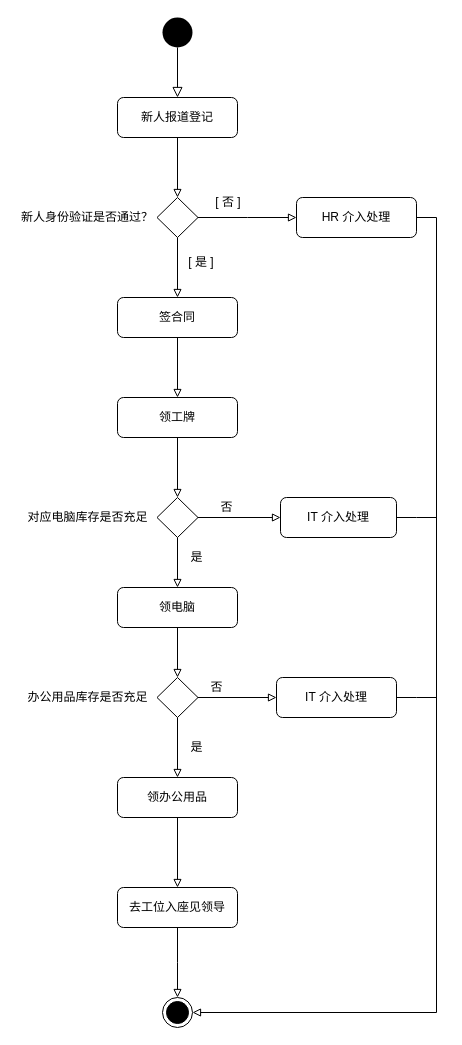
innovatorCL/DiagramsRepo keeps this draw.io diagram as 新人入职流程.drawio. Above is the earlier version. Source tidied: cells renumbered, new cells numbered last; positions are measured from the earlier drawing's top-left corner, leaving out a move shared by most shapes. Both pictures are drawn from the tidied source at 100%, with x=0, y=0 at pixel (16, 17).
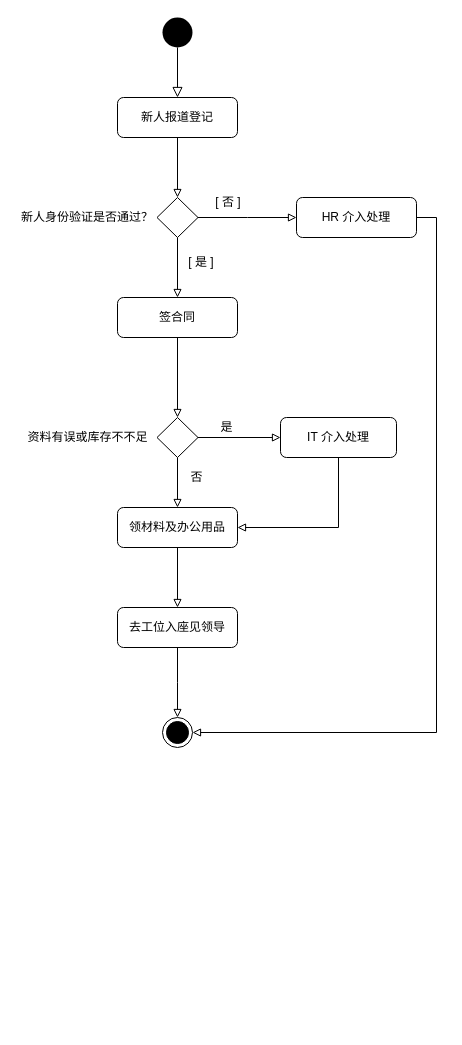
The same page after the edit.

Commit message (it also covers changes not shown here):
Update 新人入职流程.drawio

Unchanged cells that the change refers to:
```xml
<mxCell id="6" value="签合同" style="rounded=1;whiteSpace=wrap;html=1;fontSize=12;glass=0;strokeWidth=1;shadow=0;" parent="1" vertex="1">
  <mxGeometry x="101" y="280" width="120" height="40" as="geometry" />
</mxCell>
```

What changed in the source:
```diff
@@
-    <mxCell id="7" style="edgeStyle=orthogonalEdgeStyle;rounded=0;jettySize=auto;html=1;entryX=0.5;entryY=0;entryDx=0;entryDy=0;endArrow=block;endFill=0;strokeWidth=1;" parent="1" edge="1" source="6" target="9">
+    <mxCell id="7" style="edgeStyle=orthogonalEdgeStyle;rounded=0;jettySize=auto;html=1;entryX=0.5;entryY=0;entryDx=0;entryDy=0;endArrow=block;endFill=0;strokeWidth=1;" parent="1" edge="1" source="6" target="27">
       <mxGeometry x="90" y="-250" as="geometry" />
     </mxCell>
-    <mxCell id="8" style="edgeStyle=orthogonalEdgeStyle;rounded=0;jettySize=auto;html=1;entryX=0.5;entryY=0;entryDx=0;entryDy=0;endArrow=block;endFill=0;" parent="1" edge="1" source="9" target="27">
-      <mxGeometry relative="1" as="geometry" />
-    </mxCell>
-    <mxCell id="9" value="领工牌" style="rounded=1;whiteSpace=wrap;html=1;fontSize=12;glass=0;strokeWidth=1;shadow=0;" parent="1" vertex="1">
-      <mxGeometry x="101" y="380" width="120" height="40" as="geometry" />
-    </mxCell>
-    <mxCell id="10" style="edgeStyle=orthogonalEdgeStyle;rounded=0;jettySize=auto;html=1;entryX=0.5;entryY=0;entryDx=0;entryDy=0;endArrow=block;endFill=0;" parent="1" edge="1" source="11" target="35">
+    <mxCell id="10" style="edgeStyle=orthogonalEdgeStyle;rounded=0;jettySize=auto;html=1;entryX=0.5;entryY=0;entryDx=0;entryDy=0;endArrow=block;endFill=0;" parent="1" edge="1" source="11" target="12">
       <mxGeometry relative="1" as="geometry" />
     </mxCell>
-    <mxCell id="11" value="领电脑" style="rounded=1;whiteSpace=wrap;html=1;fontSize=12;glass=0;strokeWidth=1;shadow=0;" parent="1" vertex="1">
-      <mxGeometry x="101" y="570" width="120" height="40" as="geometry" />
+    <mxCell id="11" value="领材料及办公用品" style="rounded=1;whiteSpace=wrap;html=1;fontSize=12;glass=0;strokeWidth=1;shadow=0;" parent="1" vertex="1">
+      <mxGeometry x="101" y="490" width="120" height="40" as="geometry" />
     </mxCell>
     <mxCell id="12" value="去工位入座见领导" style="rounded=1;whiteSpace=wrap;html=1;fontSize=12;glass=0;strokeWidth=1;shadow=0;" parent="1" vertex="1">
-      <mxGeometry x="101" y="870" width="120" height="40" as="geometry" />
+      <mxGeometry x="101" y="590" width="120" height="40" as="geometry" />
     </mxCell>
@@
     <mxCell id="14" style="ellipse;html=1;shape=endState;fillColor=#000000;strokeColor=#000000;" parent="1" vertex="1">
-      <mxGeometry x="146" y="980" width="30" height="30" as="geometry" />
+      <mxGeometry x="146" y="700" width="30" height="30" as="geometry" />
     </mxCell>
     <mxCell id="15" style="edgeStyle=elbowEdgeStyle;rounded=0;jettySize=auto;elbow=vertical;html=1;exitX=0.5;exitY=1;exitDx=0;exitDy=0;endArrow=block;endFill=0;strokeWidth=1;" parent="1" edge="1" source="12" target="14">
-      <mxGeometry x="90" y="-70" as="geometry" />
+      <mxGeometry x="90" y="-350" as="geometry" />
     </mxCell>
@@
-    <mxCell id="19" style="edgeStyle=orthogonalEdgeStyle;rounded=0;jettySize=auto;html=1;entryX=0.5;entryY=0;entryDx=0;entryDy=0;endArrow=block;endFill=0;" parent="1" edge="1" source="20" target="12">
-      <mxGeometry relative="1" as="geometry" />
-    </mxCell>
-    <mxCell id="20" value="领办公用品" style="rounded=1;whiteSpace=wrap;html=1;fontSize=12;glass=0;strokeWidth=1;shadow=0;" parent="1" vertex="1">
-      <mxGeometry x="101" y="760" width="120" height="40" as="geometry" />
-    </mxCell>
@@
     <mxCell id="27" style="rhombus;whiteSpace=wrap;html=1;" parent="1" vertex="1">
-      <mxGeometry x="140.5" y="480" width="41" height="40" as="geometry" />
+      <mxGeometry x="140.5" y="400" width="41" height="40" as="geometry" />
     </mxCell>
-    <mxCell id="28" value="对应电脑库存是否充足" style="text;html=1;align=center;verticalAlign=middle;strokeColor=none;fillColor=none;" parent="1" vertex="1">
-      <mxGeometry x="0.5" y="490" width="140" height="20" as="geometry" />
+    <mxCell id="28" value="资料有误或库存不不足" style="text;html=1;align=center;verticalAlign=middle;strokeColor=none;fillColor=none;" parent="1" vertex="1">
+      <mxGeometry x="0.5" y="410" width="140" height="20" as="geometry" />
     </mxCell>
-    <mxCell id="29" value="是" style="text;html=1;align=center;verticalAlign=middle;strokeColor=none;fillColor=none;" parent="1" vertex="1">
-      <mxGeometry x="165" y="530" width="30" height="20" as="geometry" />
+    <mxCell id="29" value="否" style="text;html=1;align=center;verticalAlign=middle;strokeColor=none;fillColor=none;" parent="1" vertex="1">
+      <mxGeometry x="165" y="450" width="30" height="20" as="geometry" />
     </mxCell>
-    <mxCell id="30" style="edgeStyle=orthogonalEdgeStyle;rounded=0;jettySize=auto;html=1;exitX=1;exitY=0.5;exitDx=0;exitDy=0;endArrow=none;endFill=0;" parent="1" edge="1" source="31">
-      <mxGeometry relative="1" as="geometry">
-        <mxPoint x="420" y="500" as="targetPoint" />
-      </mxGeometry>
-    </mxCell>
+    <mxCell id="41" style="edgeStyle=orthogonalEdgeStyle;rounded=0;jettySize=auto;html=1;entryX=1;entryY=0.5;entryDx=0;entryDy=0;endArrow=block;endFill=0;" parent="1" edge="1" source="31" target="11">
+      <mxGeometry relative="1" as="geometry">
+        <Array as="points">
+          <mxPoint x="322" y="510" />
+        </Array>
+      </mxGeometry>
+    </mxCell>
     <mxCell id="31" value="IT 介入处理" style="rounded=1;whiteSpace=wrap;html=1;fontSize=12;glass=0;strokeWidth=1;shadow=0;" parent="1" vertex="1">
-      <mxGeometry x="264" y="480" width="116" height="40" as="geometry" />
+      <mxGeometry x="264" y="400" width="116" height="40" as="geometry" />
     </mxCell>
-    <mxCell id="32" value="否" style="text;html=1;align=center;verticalAlign=middle;strokeColor=none;fillColor=none;" parent="1" vertex="1">
-      <mxGeometry x="195" y="480" width="30" height="20" as="geometry" />
+    <mxCell id="32" value="是" style="text;html=1;align=center;verticalAlign=middle;strokeColor=none;fillColor=none;" parent="1" vertex="1">
+      <mxGeometry x="195" y="400" width="30" height="20" as="geometry" />
     </mxCell>
-    <mxCell id="33" style="edgeStyle=orthogonalEdgeStyle;rounded=0;jettySize=auto;html=1;entryX=0.5;entryY=0;entryDx=0;entryDy=0;endArrow=block;endFill=0;" parent="1" edge="1" source="35" target="20">
-      <mxGeometry relative="1" as="geometry" />
-    </mxCell>
-    <mxCell id="34" style="edgeStyle=orthogonalEdgeStyle;rounded=0;jettySize=auto;html=1;entryX=0;entryY=0.5;entryDx=0;entryDy=0;endArrow=block;endFill=0;" parent="1" edge="1" source="35" target="38">
-      <mxGeometry relative="1" as="geometry" />
-    </mxCell>
-    <mxCell id="35" style="rhombus;whiteSpace=wrap;html=1;" parent="1" vertex="1">
-      <mxGeometry x="140.5" y="660" width="41" height="40" as="geometry" />
-    </mxCell>
-    <mxCell id="36" value="办公用品库存是否充足" style="text;html=1;align=center;verticalAlign=middle;strokeColor=none;fillColor=none;" parent="1" vertex="1">
-      <mxGeometry x="0.5" y="670" width="140" height="20" as="geometry" />
-    </mxCell>
-    <mxCell id="37" style="edgeStyle=orthogonalEdgeStyle;rounded=0;jettySize=auto;html=1;endArrow=none;endFill=0;" parent="1" edge="1" source="38">
-      <mxGeometry relative="1" as="geometry">
-        <mxPoint x="420" y="680" as="targetPoint" />
-      </mxGeometry>
-    </mxCell>
-    <mxCell id="38" value="IT 介入处理" style="rounded=1;whiteSpace=wrap;html=1;fontSize=12;glass=0;strokeWidth=1;shadow=0;" parent="1" vertex="1">
-      <mxGeometry x="260" y="660" width="120" height="40" as="geometry" />
-    </mxCell>
-    <mxCell id="39" value="否" style="text;html=1;align=center;verticalAlign=middle;strokeColor=none;fillColor=none;" parent="1" vertex="1">
-      <mxGeometry x="185" y="660" width="30" height="20" as="geometry" />
-    </mxCell>
-    <mxCell id="40" value="是" style="text;html=1;align=center;verticalAlign=middle;strokeColor=none;fillColor=none;" parent="1" vertex="1">
-      <mxGeometry x="165" y="720" width="30" height="20" as="geometry" />
-    </mxCell>
```
